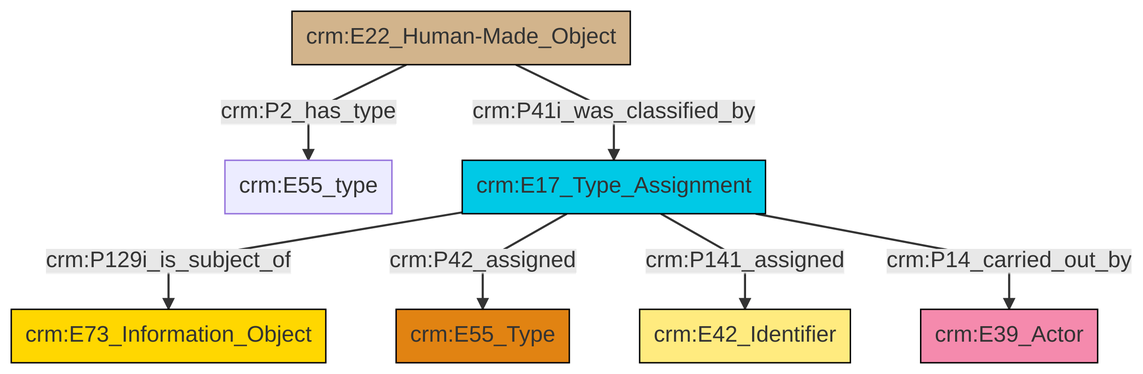
swiss-art-research-net/docs.swissartresearch keeps this Mermaid diagram as et/builtWorkCSV/ttl/mmd/png/Built_Work_designation_status.png. Above is the earlier version. Its source is kept beside it as et/builtWorkCSV/ttl/mmd/Built_Work_designation_status.ttl.mmd.
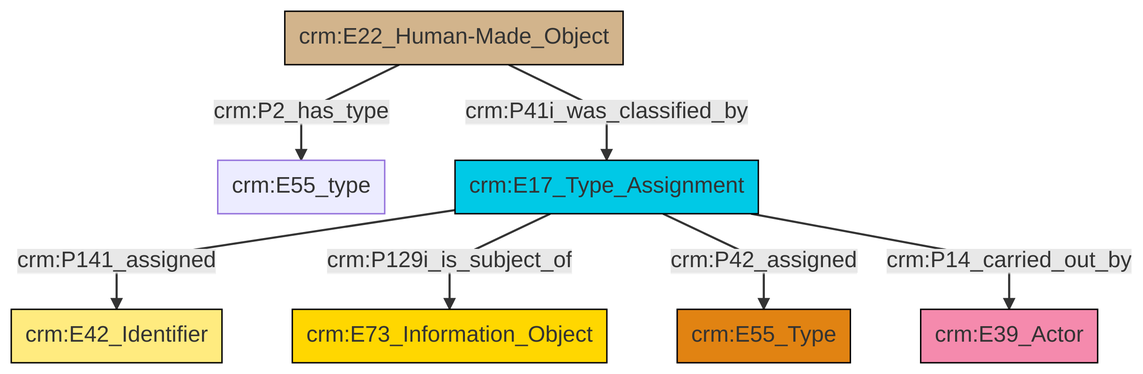
The same diagram one commit later.

The edit, as a diff of the source:
```diff
@@ -13,9 +13,9 @@
 classDef PC_Classes fill:#4ce600, stroke:#000000;
 classDef Multi fill:#cccccc,stroke:#000000;
 
-2["crm:E17_Type_Assignment"]:::Temporal_Entity -->|crm:P129i_is_subject_of| 3["crm:E73_Information_Object"]:::Conceptual_Object
-4["crm:E22_Human-Made_Object"]:::Physical_Thing -->|crm:P2_has_type| 0["crm:E55_type"]:::Default
-4["crm:E22_Human-Made_Object"]:::Physical_Thing -->|crm:P41i_was_classified_by| 2["crm:E17_Type_Assignment"]:::Temporal_Entity
-2["crm:E17_Type_Assignment"]:::Temporal_Entity -->|crm:P42_assigned| 8["crm:E55_Type"]:::Type
-2["crm:E17_Type_Assignment"]:::Temporal_Entity -->|crm:P141_assigned| 12["crm:E42_Identifier"]:::Appellation
-2["crm:E17_Type_Assignment"]:::Temporal_Entity -->|crm:P14_carried_out_by| 5["crm:E39_Actor"]:::Actor
+0["crm:E22_Human-Made_Object"]:::Physical_Thing -->|crm:P2_has_type| 1["crm:E55_type"]:::Default
+2["crm:E17_Type_Assignment"]:::Temporal_Entity -->|crm:P141_assigned| 3["crm:E42_Identifier"]:::Appellation
+2["crm:E17_Type_Assignment"]:::Temporal_Entity -->|crm:P129i_is_subject_of| 4["crm:E73_Information_Object"]:::Conceptual_Object
+0["crm:E22_Human-Made_Object"]:::Physical_Thing -->|crm:P41i_was_classified_by| 2["crm:E17_Type_Assignment"]:::Temporal_Entity
+2["crm:E17_Type_Assignment"]:::Temporal_Entity -->|crm:P42_assigned| 5["crm:E55_Type"]:::Type
+2["crm:E17_Type_Assignment"]:::Temporal_Entity -->|crm:P14_carried_out_by| 7["crm:E39_Actor"]:::Actor
```
